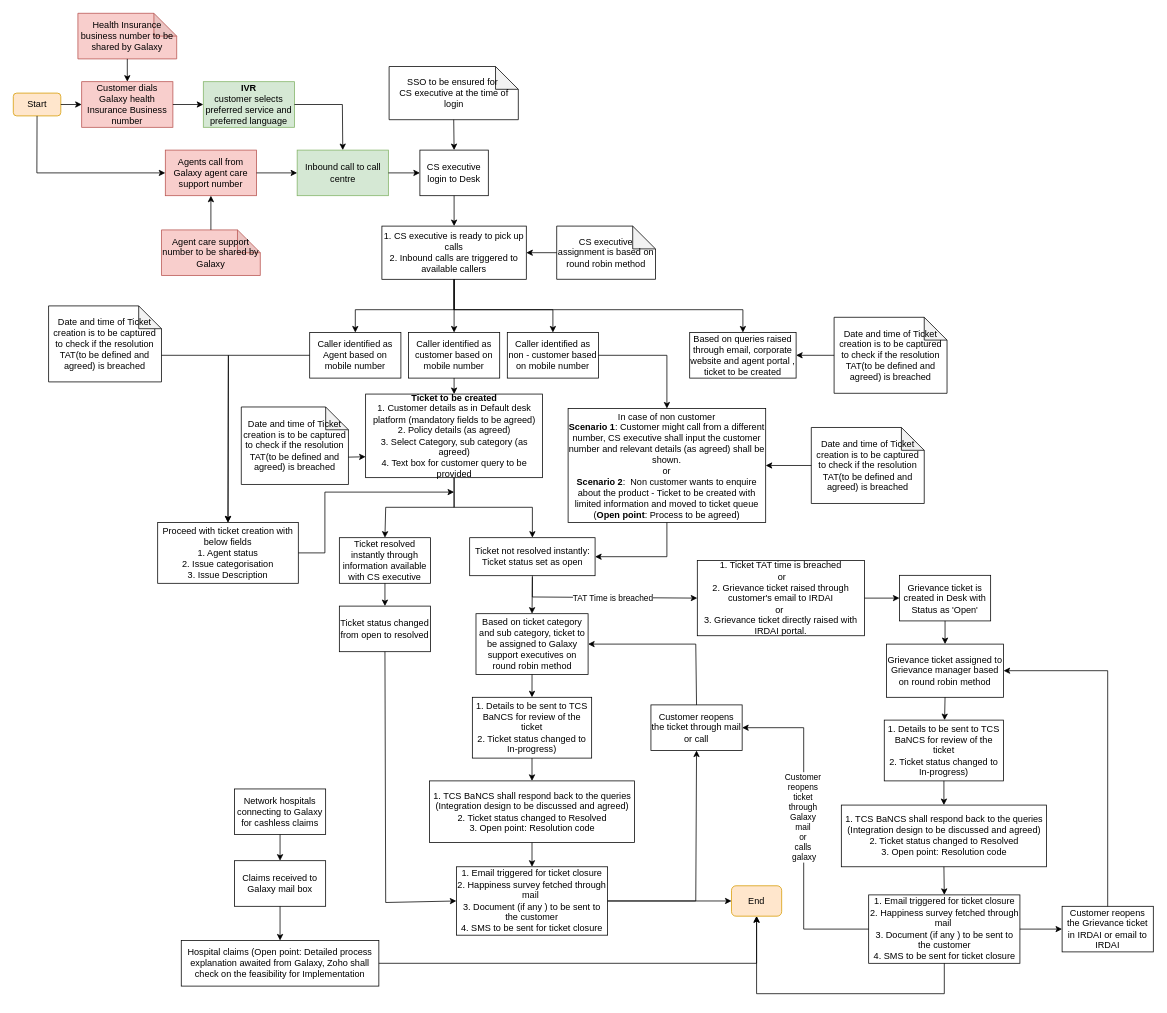
The draw.io diagram Customer Support.drawio in shaileshsreedar/Galaxy, before the edit. Source tidied: cells renumbered, new cells numbered last; positions are measured from the earlier drawing's top-left corner, leaving out a move shared by most shapes. Both pictures are drawn from the tidied source at 76%, with x=0, y=0 at pixel (13, 13).
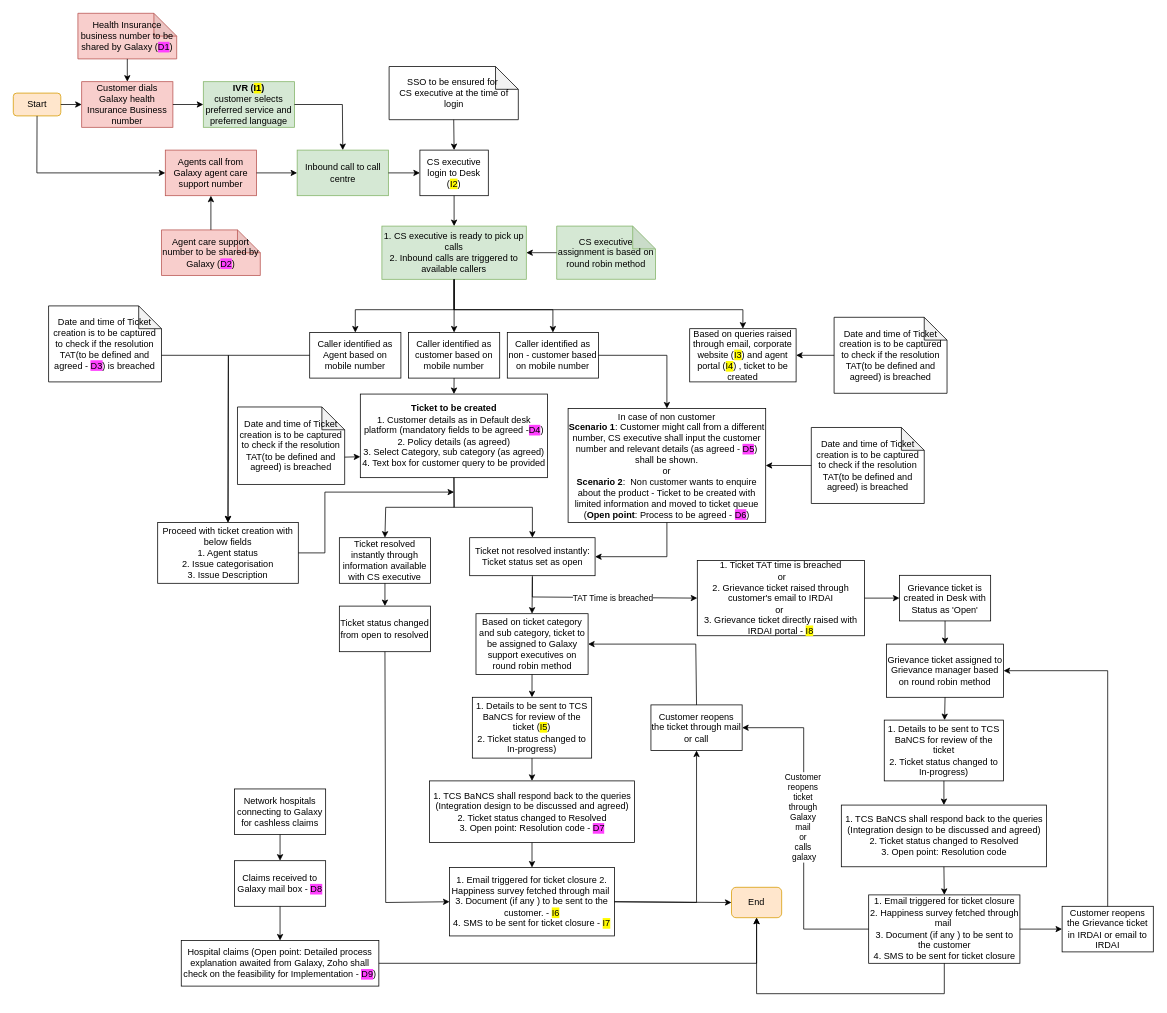
After the change.

Unchanged cells that the change refers to:
```xml
<mxCell id="62" value="Customer reopens the ticket through mail or call" style="rounded=0;whiteSpace=wrap;html=1;" parent="1" vertex="1">
  <mxGeometry x="839" y="910" width="120" height="60" as="geometry" />
</mxCell>
```

What changed in the source:
```diff
@@
-    <mxCell id="4" value="&lt;b&gt;IVR&lt;/b&gt;&lt;div&gt;customer selects preferred service and preferred language&lt;/div&gt;" style="rounded=0;whiteSpace=wrap;html=1;fillColor=#d5e8d4;strokeColor=#82b366;" parent="1" vertex="1">
+    <mxCell id="4" value="&lt;b&gt;IVR (&lt;span style=&quot;background-color: rgb(255, 251, 0);&quot;&gt;I1&lt;/span&gt;)&lt;/b&gt;&lt;div&gt;customer selects preferred service and preferred language&lt;/div&gt;" style="rounded=0;whiteSpace=wrap;html=1;fillColor=#d5e8d4;strokeColor=#82b366;" parent="1" vertex="1">
       <mxGeometry x="250" y="90" width="120" height="60" as="geometry" />
     </mxCell>
@@
-    <mxCell id="12" value="CS executive login to Desk" style="rounded=0;whiteSpace=wrap;html=1;" parent="1" vertex="1">
+    <mxCell id="12" value="CS executive login to Desk (&lt;span style=&quot;background-color: rgb(255, 251, 0);&quot;&gt;I2&lt;/span&gt;)" style="rounded=0;whiteSpace=wrap;html=1;" parent="1" vertex="1">
       <mxGeometry x="535" y="180" width="90" height="60" as="geometry" />
     </mxCell>
@@
-    <mxCell id="16" value="1. CS executive is ready to pick up calls&lt;div&gt;2. Inbound calls are triggered to available callers&lt;/div&gt;" style="rounded=0;whiteSpace=wrap;html=1;" parent="1" vertex="1">
+    <mxCell id="16" value="1. CS executive is ready to pick up calls&lt;div&gt;2. Inbound calls are triggered to available callers&lt;/div&gt;" style="rounded=0;whiteSpace=wrap;html=1;fillColor=#d5e8d4;strokeColor=#82b366;" parent="1" vertex="1">
       <mxGeometry x="485" y="280" width="190" height="70" as="geometry" />
     </mxCell>
-    <mxCell id="17" value="CS executive assignment is based on round robin method" style="shape=note;whiteSpace=wrap;html=1;backgroundOutline=1;darkOpacity=0.05;" parent="1" vertex="1">
+    <mxCell id="17" value="CS executive assignment is based on round robin method" style="shape=note;whiteSpace=wrap;html=1;backgroundOutline=1;darkOpacity=0.05;fillColor=#d5e8d4;strokeColor=#82b366;" parent="1" vertex="1">
       <mxGeometry x="715" y="280" width="130" height="70" as="geometry" />
     </mxCell>
@@
-    <mxCell id="26" value="In case of non customer&lt;div&gt;&lt;b&gt;Scenario 1&lt;/b&gt;: Customer might call from a different number, CS executive shall input the customer number and relevant details (as agreed) shall be shown.&lt;/div&gt;&lt;div&gt;or&lt;/div&gt;&lt;div&gt;&lt;b&gt;Scenario 2&lt;/b&gt;: &amp;nbsp;Non customer wants to enquire about the product - Ticket to be created with limited information and moved to ticket queue (&lt;b&gt;Open point&lt;/b&gt;: Process to be agreed)&lt;/div&gt;" style="rounded=0;whiteSpace=wrap;html=1;" parent="1" vertex="1">
+    <mxCell id="26" value="In case of non customer&lt;div&gt;&lt;b&gt;Scenario 1&lt;/b&gt;: Customer might call from a different number, CS executive shall input the customer number and relevant details (as agreed - &lt;span style=&quot;background-color: rgb(255, 64, 255);&quot;&gt;D5&lt;/span&gt;) shall be shown.&lt;/div&gt;&lt;div&gt;or&lt;/div&gt;&lt;div&gt;&lt;b&gt;Scenario 2&lt;/b&gt;: &amp;nbsp;Non customer wants to enquire about the product - Ticket to be created with limited information and moved to ticket queue (&lt;b&gt;Open point&lt;/b&gt;: Process to be agreed - &lt;span style=&quot;background-color: rgb(255, 64, 255);&quot;&gt;D6&lt;/span&gt;)&lt;/div&gt;" style="rounded=0;whiteSpace=wrap;html=1;" parent="1" vertex="1">
       <mxGeometry x="730" y="520" width="260" height="150" as="geometry" />
     </mxCell>
@@
-    <mxCell id="28" value="Health Insurance business number to be shared by Galaxy" style="shape=note;whiteSpace=wrap;html=1;backgroundOutline=1;darkOpacity=0.05;fillColor=#f8cecc;strokeColor=#b85450;" parent="1" vertex="1">
+    <mxCell id="28" value="Health Insurance business number to be shared by Galaxy (&lt;span style=&quot;background-color: rgb(255, 64, 255);&quot;&gt;D1&lt;/span&gt;)" style="shape=note;whiteSpace=wrap;html=1;backgroundOutline=1;darkOpacity=0.05;fillColor=#f8cecc;strokeColor=#b85450;" parent="1" vertex="1">
       <mxGeometry x="85" width="130" height="60" as="geometry" />
     </mxCell>
@@
-    <mxCell id="30" value="Agent care support number to be shared by Galaxy" style="shape=note;whiteSpace=wrap;html=1;backgroundOutline=1;darkOpacity=0.05;fillColor=#f8cecc;strokeColor=#b85450;" parent="1" vertex="1">
+    <mxCell id="30" value="Agent care support number to be shared by Galaxy (&lt;span style=&quot;background-color: rgb(255, 64, 255);&quot;&gt;D2&lt;/span&gt;)" style="shape=note;whiteSpace=wrap;html=1;backgroundOutline=1;darkOpacity=0.05;fillColor=#f8cecc;strokeColor=#b85450;" parent="1" vertex="1">
       <mxGeometry x="195" y="285" width="130" height="60" as="geometry" />
     </mxCell>
@@
-    <mxCell id="35" value="&lt;b&gt;Ticket to be created&lt;/b&gt;&lt;div&gt;1. Customer details as in Default desk platform (mandatory fields to be agreed)&lt;/div&gt;&lt;div&gt;2. Policy details (as agreed)&lt;/div&gt;&lt;div&gt;3. Select Category, sub category (as agreed)&lt;/div&gt;&lt;div&gt;4. Text box for customer query to be provided&lt;/div&gt;" style="rounded=0;whiteSpace=wrap;html=1;" parent="1" vertex="1">
-      <mxGeometry x="463.6" y="501" width="232.8" height="110" as="geometry" />
+    <mxCell id="35" value="&lt;b&gt;Ticket to be created&lt;/b&gt;&lt;div&gt;1. Customer details as in Default desk platform (mandatory fields to be agreed -&lt;span style=&quot;background-color: rgb(255, 64, 255);&quot;&gt;D4&lt;/span&gt;)&lt;/div&gt;&lt;div&gt;2. Policy details (as agreed)&lt;/div&gt;&lt;div&gt;3. Select Category, sub category (as agreed)&lt;/div&gt;&lt;div&gt;4. Text box for customer query to be provided&lt;/div&gt;" style="rounded=0;whiteSpace=wrap;html=1;" parent="1" vertex="1">
+      <mxGeometry x="456.6" y="501" width="246.4" height="110" as="geometry" />
     </mxCell>
-    <mxCell id="36" value="Based on queries raised through email, corporate website and agent portal , ticket to be created" style="rounded=0;whiteSpace=wrap;html=1;" parent="1" vertex="1">
-      <mxGeometry x="890" y="420" width="140" height="60" as="geometry" />
+    <mxCell id="36" value="Based on queries raised through email, corporate website (&lt;span style=&quot;background-color: rgb(255, 251, 0);&quot;&gt;I3&lt;/span&gt;) and agent portal (&lt;span style=&quot;background-color: rgb(255, 251, 0);&quot;&gt;I4&lt;/span&gt;) , ticket to be created" style="rounded=0;whiteSpace=wrap;html=1;" parent="1" vertex="1">
+      <mxGeometry x="890" y="415" width="140" height="70" as="geometry" />
     </mxCell>
@@
-    <mxCell id="42" value="1. Email triggered for ticket closure 2. Happiness survey fetched through mail&amp;nbsp;&lt;div&gt;3. Document (if any ) to be sent to the customer&lt;div&gt;4. SMS to be sent for ticket closure&lt;/div&gt;&lt;/div&gt;" style="rounded=0;whiteSpace=wrap;html=1;" parent="1" vertex="1">
-      <mxGeometry x="583" y="1123" width="199" height="90" as="geometry" />
+    <mxCell id="42" value="1. Email triggered for ticket closure 2. Happiness survey fetched through mail&amp;nbsp;&lt;div&gt;3. Document (if any ) to be sent to the customer. - &lt;span style=&quot;background-color: rgb(255, 251, 0);&quot;&gt;I6&lt;/span&gt;&lt;div&gt;4. SMS to be sent for ticket closure - &lt;span style=&quot;background-color: rgb(255, 251, 0);&quot;&gt;I7&lt;/span&gt;&lt;/div&gt;&lt;/div&gt;" style="rounded=0;whiteSpace=wrap;html=1;" parent="1" vertex="1">
+      <mxGeometry x="574" y="1124" width="217" height="90" as="geometry" />
     </mxCell>
@@
-    <mxCell id="48" value="1. Details to be sent to TCS BaNCS for review of the ticket&lt;div&gt;2. Ticket status changed to In-progress)&lt;/div&gt;" style="rounded=0;whiteSpace=wrap;html=1;" parent="1" vertex="1">
+    <mxCell id="48" value="1. Details to be sent to TCS BaNCS for review of the ticket (&lt;span style=&quot;background-color: rgb(255, 251, 0);&quot;&gt;I5&lt;/span&gt;)&lt;div&gt;2. Ticket status changed to In-progress)&lt;/div&gt;" style="rounded=0;whiteSpace=wrap;html=1;" parent="1" vertex="1">
       <mxGeometry x="604" y="900" width="157" height="80" as="geometry" />
     </mxCell>
@@
-    <mxCell id="50" value="Date and time of Ticket creation is to be captured to check if the resolution TAT(to be defined and agreed) is breached" style="shape=note;whiteSpace=wrap;html=1;backgroundOutline=1;darkOpacity=0.05;" parent="1" vertex="1">
+    <mxCell id="50" value="Date and time of Ticket creation is to be captured to check if the resolution TAT(to be defined and agreed - &lt;span style=&quot;background-color: rgb(255, 64, 255);&quot;&gt;D3&lt;/span&gt;) is breached" style="shape=note;whiteSpace=wrap;html=1;backgroundOutline=1;darkOpacity=0.05;" parent="1" vertex="1">
       <mxGeometry x="46.4" y="385" width="148.6" height="100" as="geometry" />
     </mxCell>
@@
     <mxCell id="52" value="Date and time of Ticket creation is to be captured to check if the resolution TAT(to be defined and agreed) is breached" style="shape=note;whiteSpace=wrap;html=1;backgroundOutline=1;darkOpacity=0.05;" parent="1" vertex="1">
-      <mxGeometry x="300" y="518" width="141" height="102" as="geometry" />
+      <mxGeometry x="295" y="518" width="141" height="102" as="geometry" />
     </mxCell>
@@
-    <mxCell id="57" value="1. TCS BaNCS shall respond back to the queries (Integration design to be discussed and agreed)&lt;div&gt;2. Ticket status changed to Resolved&lt;/div&gt;&lt;div&gt;3. Open point: Resolution code&lt;/div&gt;" style="rounded=0;whiteSpace=wrap;html=1;" parent="1" vertex="1">
+    <mxCell id="57" value="1. TCS BaNCS shall respond back to the queries (Integration design to be discussed and agreed)&lt;div&gt;2. Ticket status changed to Resolved&lt;/div&gt;&lt;div&gt;3. Open point: Resolution code - &lt;span style=&quot;background-color: rgb(255, 64, 255);&quot;&gt;D7&lt;/span&gt;&lt;/div&gt;" style="rounded=0;whiteSpace=wrap;html=1;" parent="1" vertex="1">
       <mxGeometry x="547.5" y="1010" width="270" height="81.2" as="geometry" />
     </mxCell>
@@
     <mxCell id="59" value="End" style="rounded=1;whiteSpace=wrap;html=1;fillColor=#ffe6cc;strokeColor=#d79b00;" parent="1" vertex="1">
-      <mxGeometry x="945" y="1148" width="66" height="40" as="geometry" />
+      <mxGeometry x="945" y="1150" width="66" height="40" as="geometry" />
     </mxCell>
@@
     <mxCell id="63" style="endArrow=classic;html=1;rounded=0;exitX=1;exitY=0.5;exitDx=0;exitDy=0;entryX=0.5;entryY=1;entryDx=0;entryDy=0;" parent="1" edge="1" source="42" target="62">
       <mxGeometry relative="1" as="geometry">
         <Array as="points">
-          <mxPoint x="898" y="1168" />
+          <mxPoint x="899" y="1170" />
         </Array>
       </mxGeometry>
     </mxCell>
@@
-    <mxCell id="66" value="1. Ticket TAT time is breached&lt;div&gt;&amp;nbsp;or&lt;div&gt;2. Grievance ticket raised through customer's email to IRDAI&lt;/div&gt;&lt;div&gt;or&amp;nbsp;&lt;br&gt;&lt;div&gt;3. Grievance ticket directly raised with IRDAI portal.&lt;/div&gt;&lt;/div&gt;&lt;/div&gt;" style="rounded=0;whiteSpace=wrap;html=1;" parent="1" vertex="1">
+    <mxCell id="66" value="1. Ticket TAT time is breached&lt;div&gt;&amp;nbsp;or&lt;div&gt;2. Grievance ticket raised through customer's email to IRDAI&lt;/div&gt;&lt;div&gt;or&amp;nbsp;&lt;br&gt;&lt;div&gt;3. Grievance ticket directly raised with IRDAI portal - &lt;span style=&quot;background-color: rgb(255, 251, 0);&quot;&gt;I8&lt;/span&gt;&lt;/div&gt;&lt;/div&gt;&lt;/div&gt;" style="rounded=0;whiteSpace=wrap;html=1;" parent="1" vertex="1">
       <mxGeometry x="900" y="720" width="220" height="99" as="geometry" />
     </mxCell>
@@
-    <mxCell id="84" value="Hospital claims (Open point: Detailed process explanation awaited from Galaxy, Zoho shall check on the feasibility for Implementation" style="rounded=0;whiteSpace=wrap;html=1;" parent="1" vertex="1">
+    <mxCell id="84" value="Hospital claims (Open point: Detailed process explanation awaited from Galaxy, Zoho shall check on the feasibility for Implementation - &lt;span style=&quot;background-color: rgb(255, 64, 255);&quot;&gt;D9&lt;/span&gt;)" style="rounded=0;whiteSpace=wrap;html=1;" parent="1" vertex="1">
       <mxGeometry x="221" y="1220" width="260" height="60" as="geometry" />
     </mxCell>
@@
-    <mxCell id="87" value="Claims received to Galaxy mail box" style="rounded=0;whiteSpace=wrap;html=1;" parent="1" vertex="1">
+    <mxCell id="87" value="Claims received to Galaxy mail box - &lt;span style=&quot;background-color: rgb(255, 64, 255);&quot;&gt;D8&lt;/span&gt;" style="rounded=0;whiteSpace=wrap;html=1;" parent="1" vertex="1">
       <mxGeometry x="291" y="1115" width="120" height="60" as="geometry" />
     </mxCell>
```
